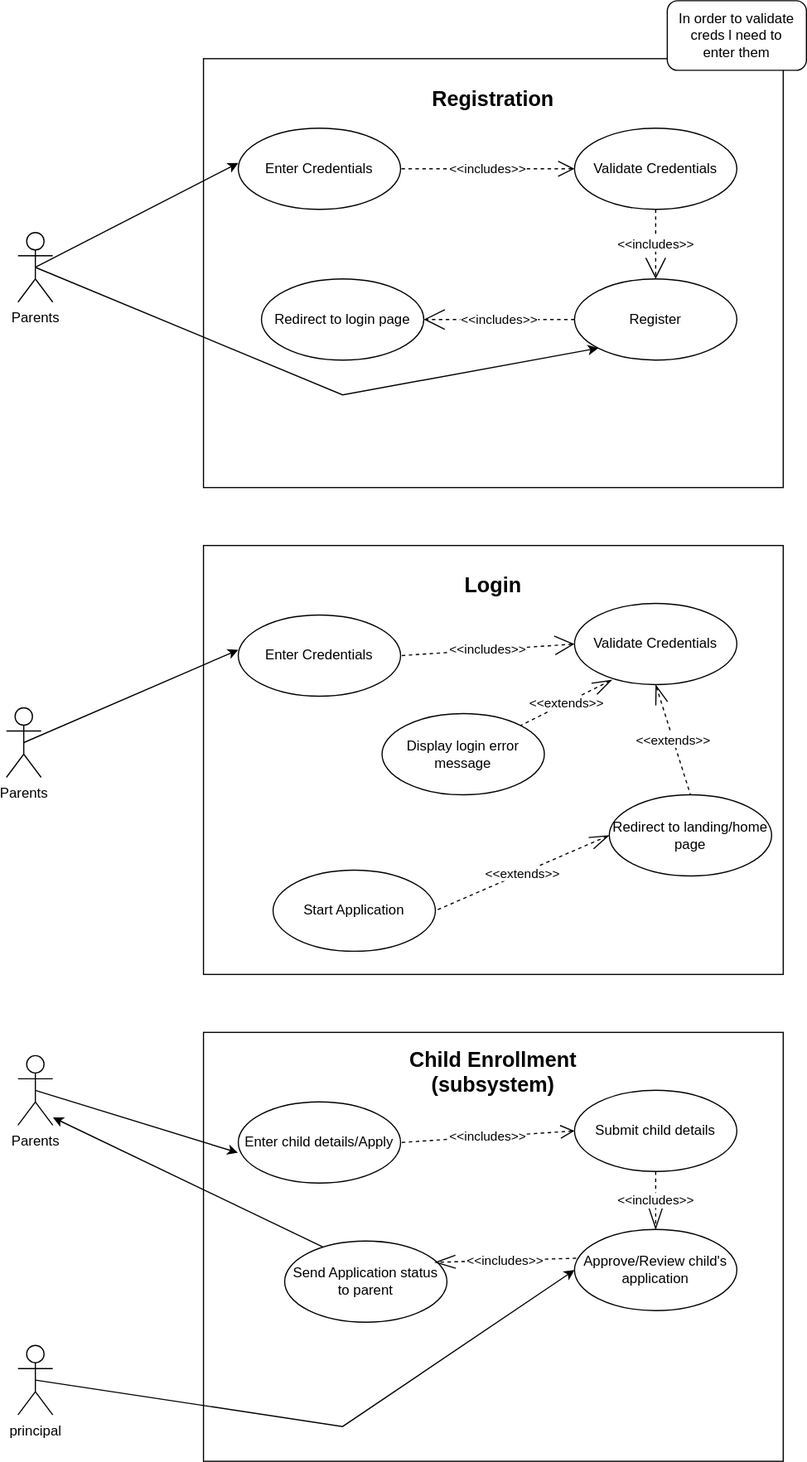
This is IFM_demo.svg from nicholleK/InteriorDesignHub, a draw.io export, as it was before one commit. Source tidied: cells renumbered, new cells last; positions are measured from the earlier drawing's top-left corner, leaving out a move shared by most shapes.
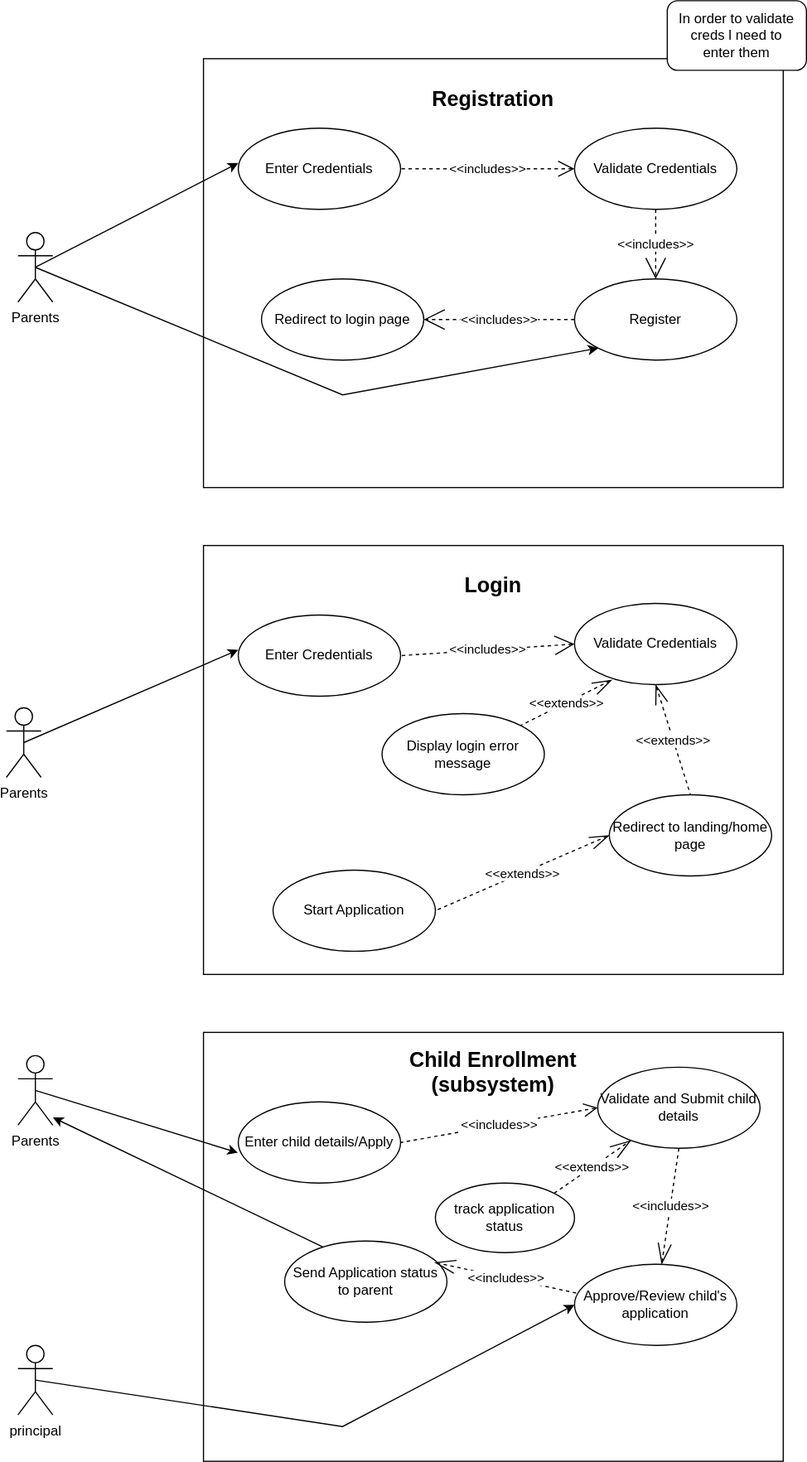
The same diagram one commit later.

Diff of the diagram source:
```diff
@@ -56,10 +56,10 @@
       <mxGeometry x="200" y="950" width="140" height="70" as="geometry" />
     </mxCell>
     <mxCell id="19" value="Approve/Review child's application" style="ellipse;whiteSpace=wrap;html=1;" parent="1" vertex="1">
-      <mxGeometry x="490" y="1060" width="140" height="70" as="geometry" />
+      <mxGeometry x="490" y="1090" width="140" height="70" as="geometry" />
     </mxCell>
-    <mxCell id="20" value="Submit child details" style="ellipse;whiteSpace=wrap;html=1;" parent="1" vertex="1">
-      <mxGeometry x="490" y="940" width="140" height="70" as="geometry" />
+    <mxCell id="20" value="Validate and Submit child details" style="ellipse;whiteSpace=wrap;html=1;" parent="1" vertex="1">
+      <mxGeometry x="510" y="920" width="140" height="70" as="geometry" />
     </mxCell>
     <mxCell id="21" value="&amp;lt;&amp;lt;includes&amp;gt;&amp;gt;" style="endArrow=none;endSize=16;endFill=0;html=1;rounded=0;entryX=1;entryY=0.5;entryDx=0;entryDy=0;exitX=0;exitY=0.5;exitDx=0;exitDy=0;dashed=1;startArrow=open;startFill=0;startSize=10;" parent="1" edge="1" source="20" target="18">
       <mxGeometry relative="1" as="geometry" />
@@ -138,5 +138,11 @@
     <mxCell id="42" value="&amp;lt;&amp;lt;includes&amp;gt;&amp;gt;" style="endArrow=openThin;endSize=16;endFill=0;html=1;rounded=0;dashed=1;exitX=0.5;exitY=1;exitDx=0;exitDy=0;" parent="1" edge="1" source="20" target="19">
       <mxGeometry relative="1" as="geometry" />
     </mxCell>
+    <mxCell id="43" value="track application status" style="ellipse;whiteSpace=wrap;html=1;" parent="1" vertex="1">
+      <mxGeometry x="370" y="1020" width="120" height="60" as="geometry" />
+    </mxCell>
+    <mxCell id="44" value="&amp;lt;&amp;lt;extends&amp;gt;&amp;gt;" style="endArrow=openThin;endSize=16;endFill=0;html=1;rounded=0;dashed=1;exitX=1;exitY=0;exitDx=0;exitDy=0;" parent="1" edge="1" source="43" target="20">
+      <mxGeometry relative="1" as="geometry" />
+    </mxCell>
   </root>
 </mxGraphModel>
```
